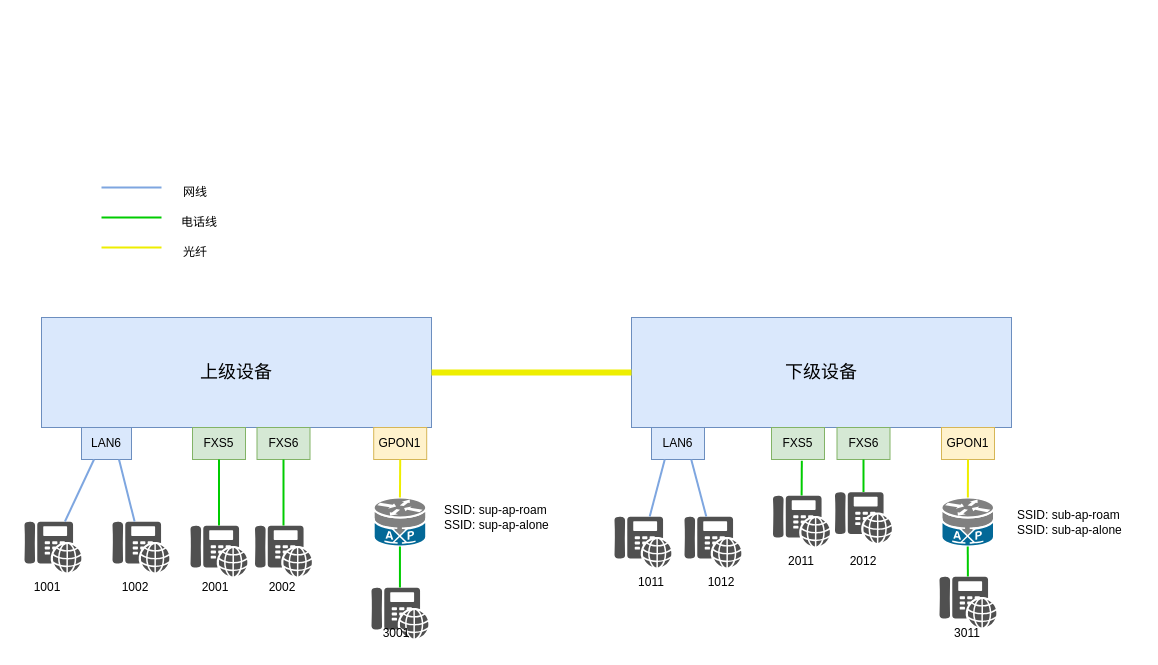
Earlier version of the draw.io diagram page "cascade_pbx_topo" (1 of 2) of f5g-mt7988/f5g_mt7988.drawio (waterwatermelon/graph). Source tidied: cells renumbered, new cells numbered last; positions are measured from the earlier drawing's top-left corner, leaving out a move shared by most shapes. Both pictures are drawn from the tidied source at 100%, with x=0, y=0 at pixel (17, 177).
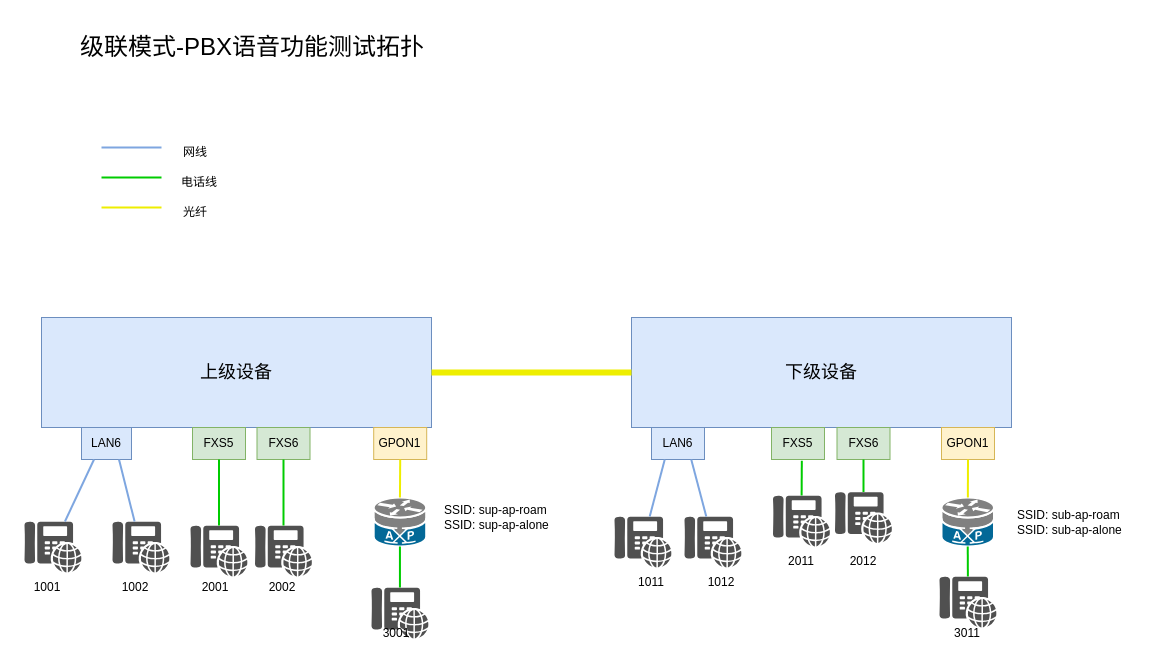
The same diagram, later.

Change to the diagram source:
```diff
@@
-    <mxCell id="18" style="endArrow=none;html=1;rounded=0;strokeColor=#7EA6E0;strokeWidth=2;" parent="1" edge="1">
-      <mxGeometry relative="1" as="geometry">
-        <mxPoint x="84" y="10" as="sourcePoint" />
-        <mxPoint x="144" y="10" as="targetPoint" />
-      </mxGeometry>
-    </mxCell>
-    <mxCell id="19" style="endArrow=none;html=1;rounded=0;strokeColor=#00CC00;strokeWidth=2;" parent="1" edge="1">
-      <mxGeometry relative="1" as="geometry">
-        <mxPoint x="84" y="40" as="sourcePoint" />
-        <mxPoint x="144" y="40" as="targetPoint" />
-      </mxGeometry>
-    </mxCell>
@@
-    <mxCell id="38" style="endArrow=none;html=1;rounded=0;strokeColor=#EEEE00;strokeWidth=2;shadow=0;" parent="1" edge="1">
-      <mxGeometry relative="1" as="geometry">
-        <mxPoint x="84" y="70" as="sourcePoint" />
-        <mxPoint x="144" y="70" as="targetPoint" />
-      </mxGeometry>
-    </mxCell>
@@
+    <mxCell id="55" value="&lt;font style=&quot;font-size: 24px;&quot;&gt;级联模式-PBX语音功能测试拓扑&lt;/font&gt;" style="text;html=1;align=center;verticalAlign=middle;whiteSpace=wrap;rounded=0;" parent="1" vertex="1">
+      <mxGeometry x="24" y="-160" width="422" height="60" as="geometry" />
+    </mxCell>
+    <mxCell id="56" style="group;" parent="1" vertex="1">
+      <mxGeometry x="84" y="-40" width="124" height="30" as="geometry" />
+    </mxCell>
+    <mxCell id="18" style="endArrow=none;html=1;rounded=0;strokeColor=#7EA6E0;strokeWidth=2;" parent="56" edge="1">
+      <mxGeometry relative="1" as="geometry">
+        <mxPoint y="10" as="sourcePoint" />
+        <mxPoint x="60" y="10" as="targetPoint" />
+      </mxGeometry>
+    </mxCell>
-    <mxCell id="52" value="网线" style="text;html=1;align=center;verticalAlign=middle;whiteSpace=wrap;rounded=0;" parent="1" vertex="1">
-      <mxGeometry x="148" width="60" height="30" as="geometry" />
+    <mxCell id="52" value="网线" style="text;html=1;align=center;verticalAlign=middle;whiteSpace=wrap;rounded=0;" parent="56" vertex="1">
+      <mxGeometry x="64" width="60" height="30" as="geometry" />
     </mxCell>
+    <mxCell id="57" style="group;" parent="1" vertex="1">
+      <mxGeometry x="84" y="-10" width="128" height="30" as="geometry" />
+    </mxCell>
+    <mxCell id="19" style="endArrow=none;html=1;rounded=0;strokeColor=#00CC00;strokeWidth=2;" parent="57" edge="1">
+      <mxGeometry relative="1" as="geometry">
+        <mxPoint y="10" as="sourcePoint" />
+        <mxPoint x="60" y="10" as="targetPoint" />
+      </mxGeometry>
+    </mxCell>
-    <mxCell id="53" value="电话线" style="text;html=1;align=center;verticalAlign=middle;whiteSpace=wrap;rounded=0;" parent="1" vertex="1">
-      <mxGeometry x="152" y="30" width="60" height="30" as="geometry" />
+    <mxCell id="53" value="电话线" style="text;html=1;align=center;verticalAlign=middle;whiteSpace=wrap;rounded=0;" parent="57" vertex="1">
+      <mxGeometry x="68" width="60" height="30" as="geometry" />
     </mxCell>
+    <mxCell id="58" style="group;" parent="1" vertex="1">
+      <mxGeometry x="84" y="20" width="124" height="30" as="geometry" />
+    </mxCell>
+    <mxCell id="38" style="endArrow=none;html=1;rounded=0;strokeColor=#EEEE00;strokeWidth=2;shadow=0;" parent="58" edge="1">
+      <mxGeometry relative="1" as="geometry">
+        <mxPoint y="10" as="sourcePoint" />
+        <mxPoint x="60" y="10" as="targetPoint" />
+      </mxGeometry>
+    </mxCell>
-    <mxCell id="54" value="光纤" style="text;html=1;align=center;verticalAlign=middle;whiteSpace=wrap;rounded=0;" parent="1" vertex="1">
-      <mxGeometry x="148" y="60" width="60" height="30" as="geometry" />
+    <mxCell id="54" value="光纤" style="text;html=1;align=center;verticalAlign=middle;whiteSpace=wrap;rounded=0;" parent="58" vertex="1">
+      <mxGeometry x="64" width="60" height="30" as="geometry" />
     </mxCell>
```
